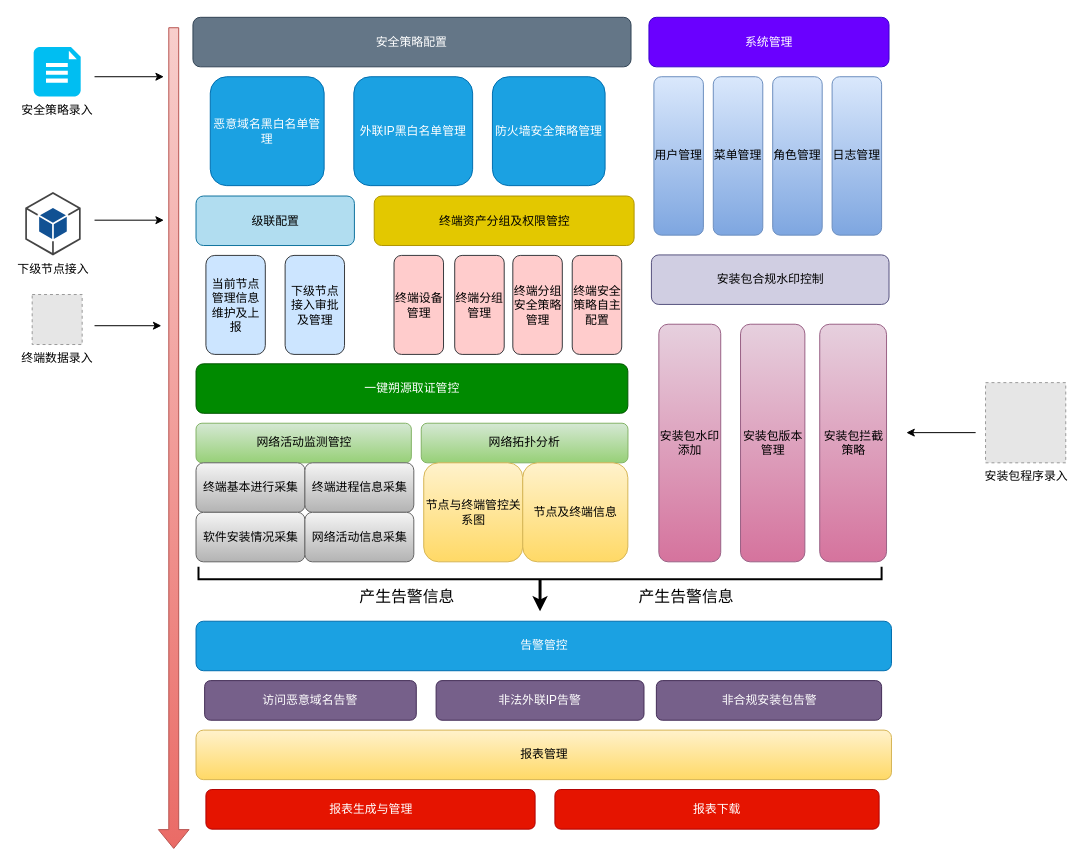
This is page "第 3 页" (3 of 4) of drawio/DNS1.drawio from raingnight/Blog_Pic, a draw.io file, before an edit. Source tidied: cells renumbered, new cells numbered last; positions are measured from the earlier drawing's top-left corner, leaving out a move shared by most shapes. Both pictures are drawn from the tidied source at 99%, with x=0, y=0 at pixel (25, 17). Pictures stored in the file or linked from it are replaced by grey dashed boxes.
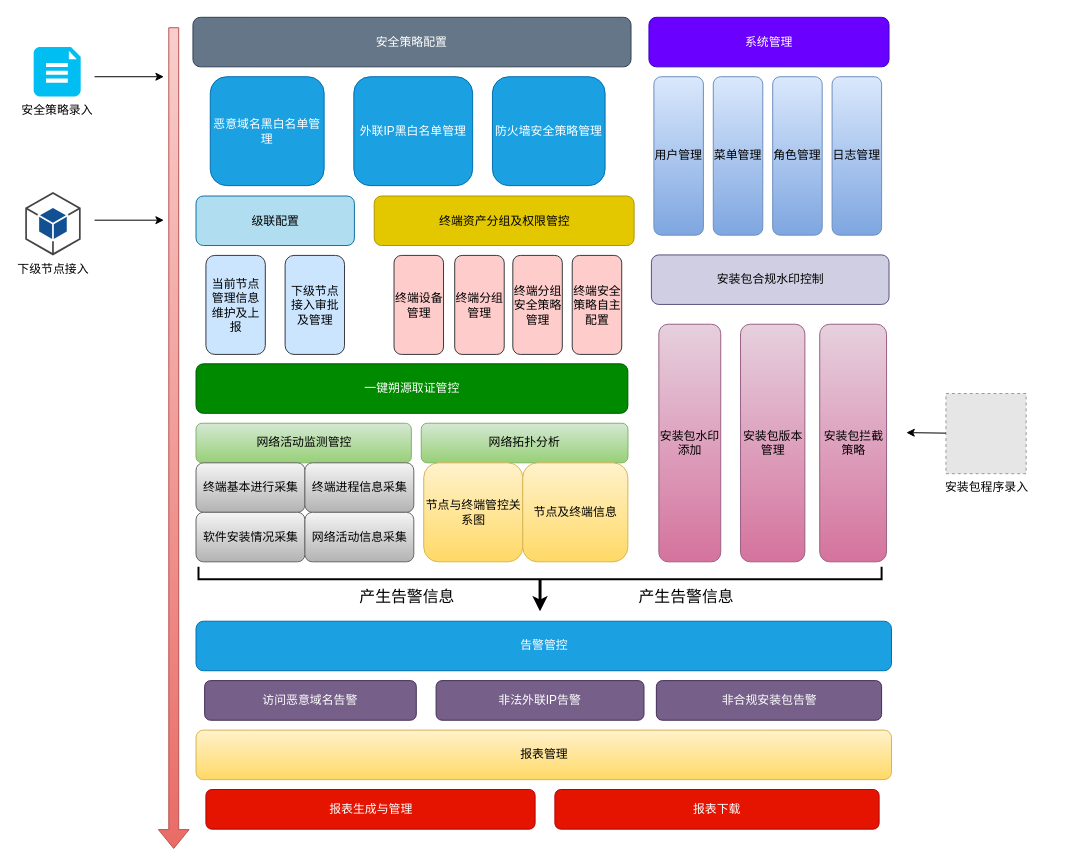
After the change.

The edit, as a diff of the source:
```diff
@@
-    <mxCell id="41" value="终端数据录入" style="fillColor=#E6E6E6;strokeColor=#999999;dashed=1;html=1;verticalAlign=top;verticalLabelPosition=bottom;labelBackgroundColor=#ffffff;" parent="1" vertex="1">
-      <mxGeometry x="7" y="280" width="50.5" height="50.5" as="geometry" />
-    </mxCell>
-    <mxCell id="42" style="endArrow=classic;html=1;rounded=0;" parent="1" edge="1">
-      <mxGeometry relative="1" as="geometry">
-        <mxPoint x="70" y="311.5" as="sourcePoint" />
-        <mxPoint x="137.5" y="311.5" as="targetPoint" />
-      </mxGeometry>
-    </mxCell>
@@
     <mxCell id="49" value="安装包程序录入" style="fillColor=#E6E6E6;strokeColor=#999999;dashed=1;html=1;verticalAlign=top;verticalLabelPosition=bottom;labelBackgroundColor=#ffffff;" parent="1" vertex="1">
-      <mxGeometry x="970" y="369" width="81" height="81" as="geometry" />
+      <mxGeometry x="930" y="380" width="81" height="81" as="geometry" />
     </mxCell>
     <mxCell id="50" style="endArrow=classic;html=1;rounded=0;" parent="1" edge="1">
       <mxGeometry relative="1" as="geometry">
-        <mxPoint x="960" y="419.5" as="sourcePoint" />
+        <mxPoint x="930" y="420" as="sourcePoint" />
         <mxPoint x="890" y="419.5" as="targetPoint" />
       </mxGeometry>
     </mxCell>
```
